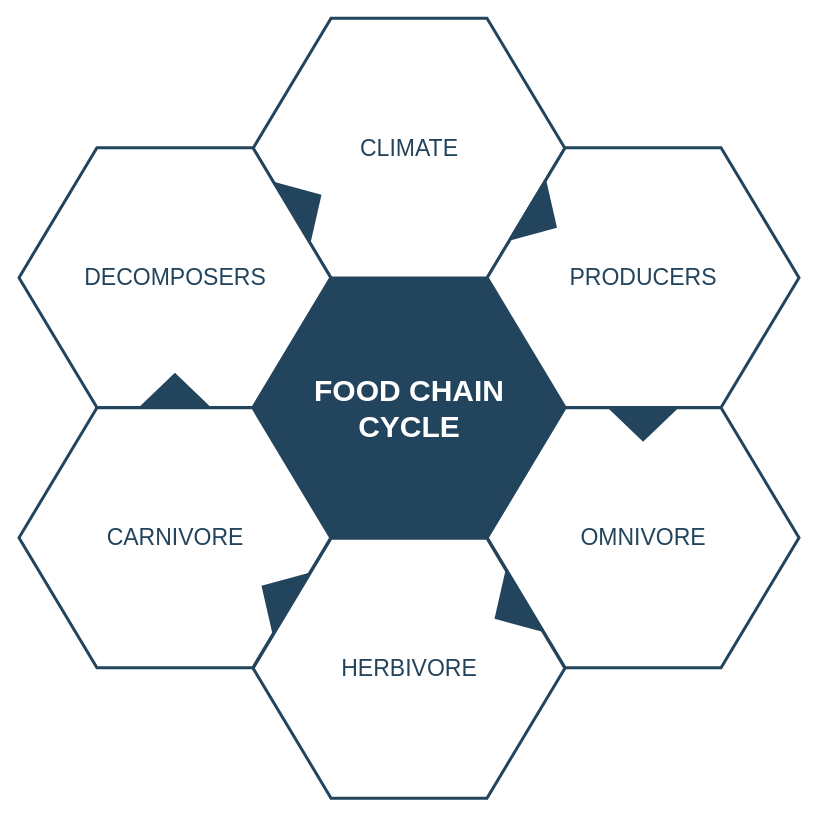
kveen/301_link_report keeps this draw.io diagram as 未命名绘图.drawio. Above is the earlier version. Source tidied: cells renumbered, new cells numbered last; positions are measured from the earlier drawing's top-left corner, leaving out a move shared by most shapes. Both pictures are drawn from the tidied source at 100%, with x=0, y=0 at pixel (18, 18).
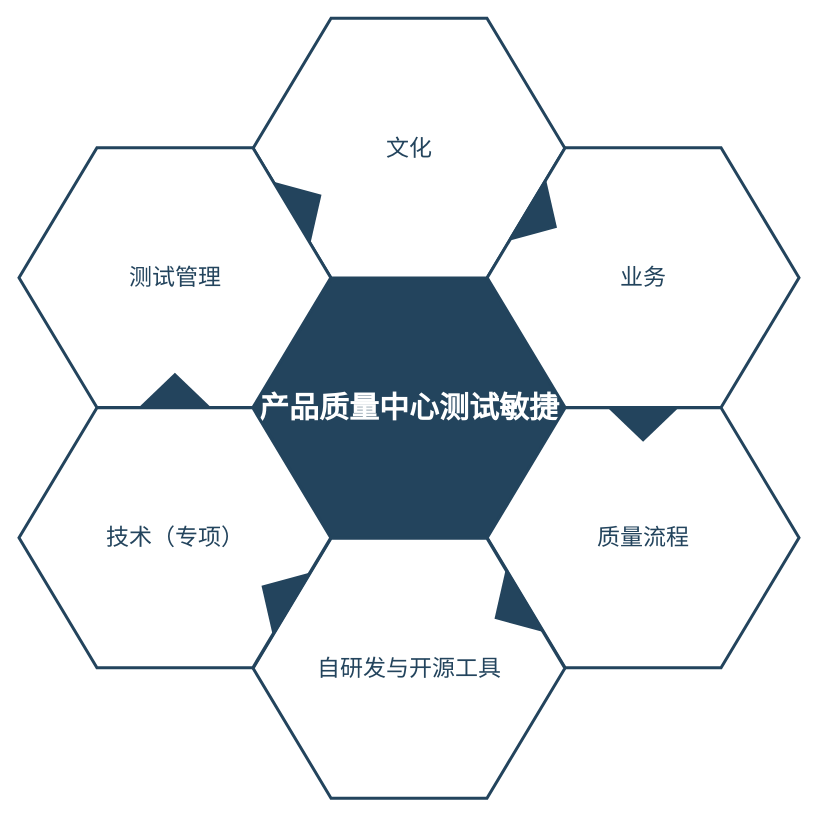
The same page after the edit.

Commit message:
产品质量核心文化.drawio

Diff of the diagram source:
```diff
@@
 <mxGraphModel background="#ffffff">
   <root>
     <mxCell id="0" />
     <mxCell id="1" parent="0" />
-    <mxCell id="2" value="&lt;font style=&quot;font-size: 30px&quot; color=&quot;#ffffff&quot;&gt;&lt;b&gt;&lt;span&gt;FOOD CHAIN&lt;/span&gt;&lt;br&gt;&lt;span&gt;CYCLE&lt;/span&gt;&lt;/b&gt;&lt;/font&gt;&lt;br&gt;" style="shape=hexagon;perimeter=hexagonPerimeter2;whiteSpace=wrap;html=1;shadow=0;labelBackgroundColor=none;strokeColor=#23445D;fillColor=#23445D;gradientColor=none;fontFamily=Helvetica;fontSize=23;fontColor=#23445d;align=center;strokeWidth=3;" parent="1" vertex="1">
-      <mxGeometry x="234.6" y="259.8" width="311.8" height="259.9" as="geometry" />
+    <mxCell id="2" value="&lt;font color=&quot;#ffffff&quot;&gt;&lt;span style=&quot;font-size: 30px&quot;&gt;&lt;b&gt;产品质量中心测试敏捷&lt;/b&gt;&lt;/span&gt;&lt;/font&gt;" style="shape=hexagon;perimeter=hexagonPerimeter2;whiteSpace=wrap;html=1;shadow=0;labelBackgroundColor=none;strokeColor=#23445D;fillColor=#23445D;gradientColor=none;fontFamily=Helvetica;fontSize=23;fontColor=#23445d;align=center;strokeWidth=3;" parent="1" vertex="1">
+      <mxGeometry x="234.6" y="259.5" width="311.8" height="259.9" as="geometry" />
     </mxCell>
     <mxCell id="3" style="triangle;whiteSpace=wrap;html=1;shadow=0;labelBackgroundColor=none;strokeColor=none;fillColor=#FFFFFF;fontFamily=Helvetica;fontSize=17;fontColor=#23445d;align=center;rotation=90;gradientColor=none;flipV=1;flipH=1;opacity=20;" parent="1" vertex="1">
       <mxGeometry x="115.5" y="277.7" width="72" height="152" as="geometry" />
     </mxCell>
-    <mxCell id="4" value="&lt;font style=&quot;font-size: 23px&quot;&gt;CLIMATE&lt;/font&gt;" style="shape=hexagon;perimeter=hexagonPerimeter2;whiteSpace=wrap;html=1;shadow=0;labelBackgroundColor=none;strokeColor=#23445D;fillColor=#ffffff;gradientColor=none;fontFamily=Helvetica;fontSize=23;fontColor=#23445D;align=center;strokeWidth=3;" parent="1" vertex="1">
+    <mxCell id="4" value="&lt;font style=&quot;font-size: 23px&quot;&gt;文化&lt;/font&gt;" style="shape=hexagon;perimeter=hexagonPerimeter2;whiteSpace=wrap;html=1;shadow=0;labelBackgroundColor=none;strokeColor=#23445D;fillColor=#ffffff;gradientColor=none;fontFamily=Helvetica;fontSize=23;fontColor=#23445D;align=center;strokeWidth=3;" parent="1" vertex="1">
       <mxGeometry x="234.6" y="-0.3" width="311.8" height="259.9" as="geometry" />
     </mxCell>
-    <mxCell id="5" value="&lt;font style=&quot;font-size: 23px&quot;&gt;PRODUCERS&lt;/font&gt;" style="shape=hexagon;perimeter=hexagonPerimeter2;whiteSpace=wrap;html=1;shadow=0;labelBackgroundColor=none;strokeColor=#23445D;fillColor=#FFFFFF;gradientColor=none;fontFamily=Helvetica;fontSize=23;fontColor=#23445d;align=center;strokeWidth=3;" parent="1" vertex="1">
+    <mxCell id="5" value="&lt;font style=&quot;font-size: 23px&quot;&gt;业务&lt;/font&gt;" style="shape=hexagon;perimeter=hexagonPerimeter2;whiteSpace=wrap;html=1;shadow=0;labelBackgroundColor=none;strokeColor=#23445D;fillColor=#FFFFFF;gradientColor=none;fontFamily=Helvetica;fontSize=23;fontColor=#23445d;align=center;strokeWidth=3;" parent="1" vertex="1">
       <mxGeometry x="468.7" y="129.2" width="311.8" height="259.9" as="geometry" />
     </mxCell>
-    <mxCell id="6" value="&lt;font style=&quot;font-size: 23px&quot;&gt;OMNIVORE&lt;/font&gt;" style="shape=hexagon;perimeter=hexagonPerimeter2;whiteSpace=wrap;html=1;shadow=0;labelBackgroundColor=none;strokeColor=#23445D;fillColor=#FFFFFF;gradientColor=none;fontFamily=Helvetica;fontSize=23;fontColor=#23445d;align=center;strokeWidth=3;" parent="1" vertex="1">
+    <mxCell id="6" value="质量流程" style="shape=hexagon;perimeter=hexagonPerimeter2;whiteSpace=wrap;html=1;shadow=0;labelBackgroundColor=none;strokeColor=#23445D;fillColor=#FFFFFF;gradientColor=none;fontFamily=Helvetica;fontSize=23;fontColor=#23445d;align=center;strokeWidth=3;" parent="1" vertex="1">
       <mxGeometry x="468.7" y="389.3" width="311.8" height="259.9" as="geometry" />
     </mxCell>
-    <mxCell id="7" value="&lt;font style=&quot;font-size: 23px&quot;&gt;HERBIVORE&lt;/font&gt;" style="shape=hexagon;perimeter=hexagonPerimeter2;whiteSpace=wrap;html=1;shadow=0;labelBackgroundColor=none;strokeColor=#23445D;fillColor=#FFFFFF;gradientColor=none;fontFamily=Helvetica;fontSize=23;fontColor=#23445d;align=center;strokeWidth=3;" parent="1" vertex="1">
+    <mxCell id="7" value="自研发与开源工具" style="shape=hexagon;perimeter=hexagonPerimeter2;whiteSpace=wrap;html=1;shadow=0;labelBackgroundColor=none;strokeColor=#23445D;fillColor=#FFFFFF;gradientColor=none;fontFamily=Helvetica;fontSize=23;fontColor=#23445d;align=center;strokeWidth=3;" parent="1" vertex="1">
       <mxGeometry x="234.6" y="519.8" width="311.8" height="259.9" as="geometry" />
     </mxCell>
-    <mxCell id="8" value="&lt;font style=&quot;font-size: 23px&quot;&gt;CARNIVORE&lt;/font&gt;" style="shape=hexagon;perimeter=hexagonPerimeter2;whiteSpace=wrap;html=1;shadow=0;labelBackgroundColor=none;strokeColor=#23445D;fillColor=#FFFFFF;gradientColor=none;fontFamily=Helvetica;fontSize=23;fontColor=#23445d;align=center;strokeWidth=3;" parent="1" vertex="1">
+    <mxCell id="8" value="&lt;font style=&quot;font-size: 23px&quot;&gt;技术（专项）&lt;/font&gt;" style="shape=hexagon;perimeter=hexagonPerimeter2;whiteSpace=wrap;html=1;shadow=0;labelBackgroundColor=none;strokeColor=#23445D;fillColor=#FFFFFF;gradientColor=none;fontFamily=Helvetica;fontSize=23;fontColor=#23445d;align=center;strokeWidth=3;" parent="1" vertex="1">
       <mxGeometry x="0.5" y="389.3" width="311.8" height="259.9" as="geometry" />
     </mxCell>
-    <mxCell id="9" value="&lt;font style=&quot;font-size: 23px;&quot;&gt;DECOMPOSERS&lt;/font&gt;" style="shape=hexagon;perimeter=hexagonPerimeter2;whiteSpace=wrap;html=1;shadow=0;labelBackgroundColor=none;strokeColor=#23445D;fillColor=#ffffff;gradientColor=none;fontFamily=Helvetica;fontSize=23;fontColor=#23445D;align=center;strokeWidth=3;" parent="1" vertex="1">
+    <mxCell id="9" value="&lt;font style=&quot;font-size: 23px&quot;&gt;测试管理&lt;/font&gt;" style="shape=hexagon;perimeter=hexagonPerimeter2;whiteSpace=wrap;html=1;shadow=0;labelBackgroundColor=none;strokeColor=#23445D;fillColor=#ffffff;gradientColor=none;fontFamily=Helvetica;fontSize=23;fontColor=#23445D;align=center;strokeWidth=3;" parent="1" vertex="1">
       <mxGeometry x="0.5" y="129.2" width="311.8" height="259.9" as="geometry" />
     </mxCell>
     <mxCell id="10" style="triangle;whiteSpace=wrap;html=1;shadow=0;labelBackgroundColor=none;strokeColor=none;fillColor=#23445D;fontFamily=Helvetica;fontSize=17;fontColor=#23445d;align=center;rotation=31;gradientColor=none;strokeWidth=3;" parent="1" vertex="1">
       <mxGeometry x="506" y="163.7" width="35" height="73" as="geometry" />
     </mxCell>
     <mxCell id="11" style="triangle;whiteSpace=wrap;html=1;shadow=0;labelBackgroundColor=none;strokeColor=none;fillColor=#23445D;fontFamily=Helvetica;fontSize=17;fontColor=#23445d;align=center;rotation=31;gradientColor=none;flipH=1;strokeWidth=3;" parent="1" vertex="1">
       <mxGeometry x="240.5" y="539.7" width="35" height="73" as="geometry" />
     </mxCell>
     <mxCell id="12" style="triangle;whiteSpace=wrap;html=1;shadow=0;labelBackgroundColor=none;strokeColor=none;fillColor=#23445D;fontFamily=Helvetica;fontSize=17;fontColor=#23445d;align=center;rotation=329;gradientColor=none;strokeWidth=3;" parent="1" vertex="1">
       <mxGeometry x="270.5" y="148.7" width="35" height="73" as="geometry" />
     </mxCell>
     <mxCell id="13" style="triangle;whiteSpace=wrap;html=1;shadow=0;labelBackgroundColor=none;strokeColor=none;fillColor=#23445D;fontFamily=Helvetica;fontSize=17;fontColor=#23445d;align=center;rotation=329;gradientColor=none;flipH=1;strokeWidth=3;" parent="1" vertex="1">
       <mxGeometry x="473.5" y="554.7" width="35" height="73" as="geometry" />
     </mxCell>
     <mxCell id="14" style="triangle;whiteSpace=wrap;html=1;shadow=0;labelBackgroundColor=none;strokeColor=none;fillColor=#23445D;fontFamily=Helvetica;fontSize=17;fontColor=#23445d;align=center;rotation=90;gradientColor=none;strokeWidth=3;" parent="1" vertex="1">
       <mxGeometry x="607.1" y="369.2" width="35" height="73" as="geometry" />
     </mxCell>
     <mxCell id="15" style="triangle;whiteSpace=wrap;html=1;shadow=0;labelBackgroundColor=none;strokeColor=none;fillColor=#23445D;fontFamily=Helvetica;fontSize=17;fontColor=#23445d;align=center;rotation=90;gradientColor=none;flipH=1;strokeWidth=3;" parent="1" vertex="1">
       <mxGeometry x="138.9" y="335.2" width="35" height="73" as="geometry" />
     </mxCell>
   </root>
 </mxGraphModel>
```
